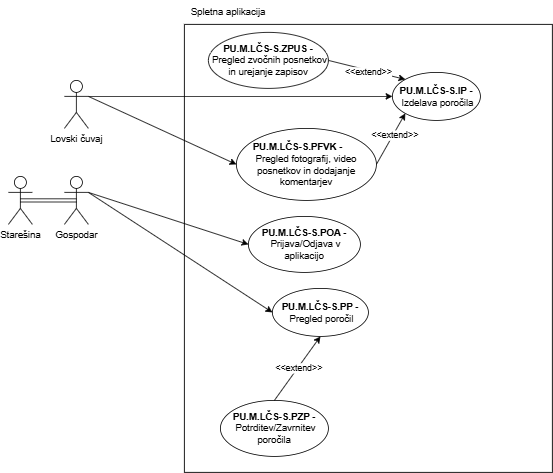
This is Lovski cuvaj-Spletna aplikacija.drawio.png from ErnestISv/Lovstvo, a draw.io export, as it was before one commit. Source tidied: cells renumbered, new cells last; positions are measured from the earlier drawing's top-left corner, leaving out a move shared by most shapes.
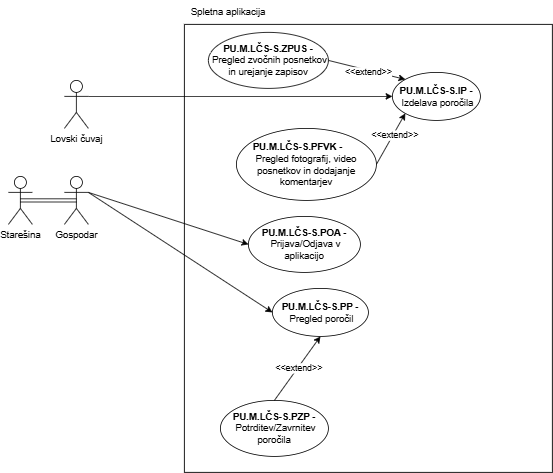
Above is the later version.

Change to the diagram source:
```diff
@@ -38,9 +38,6 @@
     <mxCell id="13" value="&lt;div&gt;&lt;span style=&quot;background-color: transparent;&quot;&gt;&lt;b&gt;PU.M.LČS-S&lt;/b&gt;&lt;/span&gt;&lt;span style=&quot;background-color: transparent;&quot;&gt;&lt;b&gt;.PFVK -&lt;span style=&quot;white-space: pre;&quot;&gt;&#9;&lt;/span&gt;&lt;/b&gt;&lt;/span&gt;&lt;/div&gt;&lt;div&gt;&lt;span style=&quot;background-color: transparent; color: light-dark(rgb(0, 0, 0), rgb(255, 255, 255));&quot;&gt;Pregled fotografij, video posnetkov in dodajanje komentarjev&lt;/span&gt;&lt;/div&gt;" style="ellipse;whiteSpace=wrap;html=1;" parent="1" vertex="1">
       <mxGeometry x="285" y="160" width="175" height="90" as="geometry" />
     </mxCell>
-    <mxCell id="14" style="endArrow=classic;html=1;rounded=0;exitX=1;exitY=0.3333333333333333;exitDx=0;exitDy=0;exitPerimeter=0;entryX=0;entryY=0.5;entryDx=0;entryDy=0;" parent="1" edge="1" source="3" target="13">
-      <mxGeometry relative="1" as="geometry" />
-    </mxCell>
     <mxCell id="15" value="&lt;div&gt;&lt;span style=&quot;background-color: transparent;&quot;&gt;&lt;b&gt;PU.M.LČS-S&lt;/b&gt;&lt;/span&gt;&lt;span style=&quot;background-color: transparent;&quot;&gt;&lt;b&gt;.ZPUS -&amp;nbsp;&lt;/b&gt;&lt;/span&gt;&lt;span style=&quot;background-color: transparent; color: light-dark(rgb(0, 0, 0), rgb(255, 255, 255));&quot;&gt;Pregled zvočnih posnetkov in urejanje zapisov&lt;/span&gt;&lt;/div&gt;" style="ellipse;whiteSpace=wrap;html=1;" parent="1" vertex="1">
       <mxGeometry x="250" y="40" width="150" height="70" as="geometry" />
     </mxCell>
```
